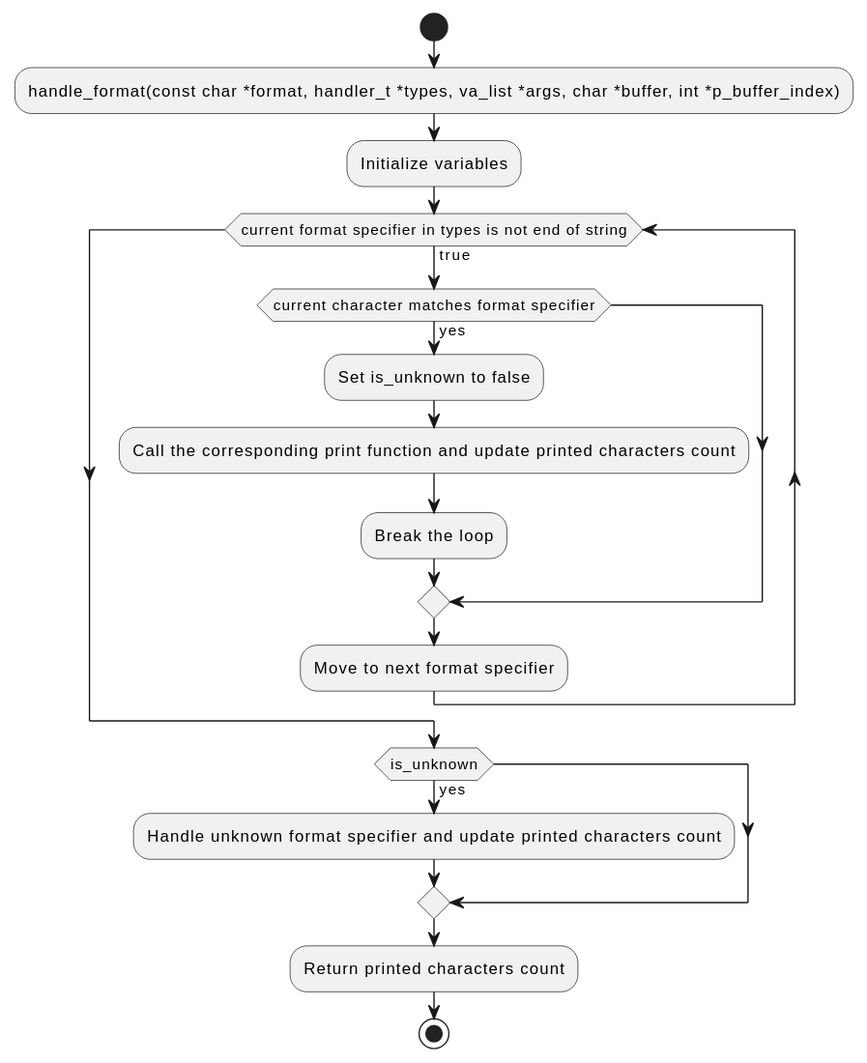
Above: flow-charts/handle_format.svg in andreamarquez/holbertonschool-printf (PlantUML), before the change.
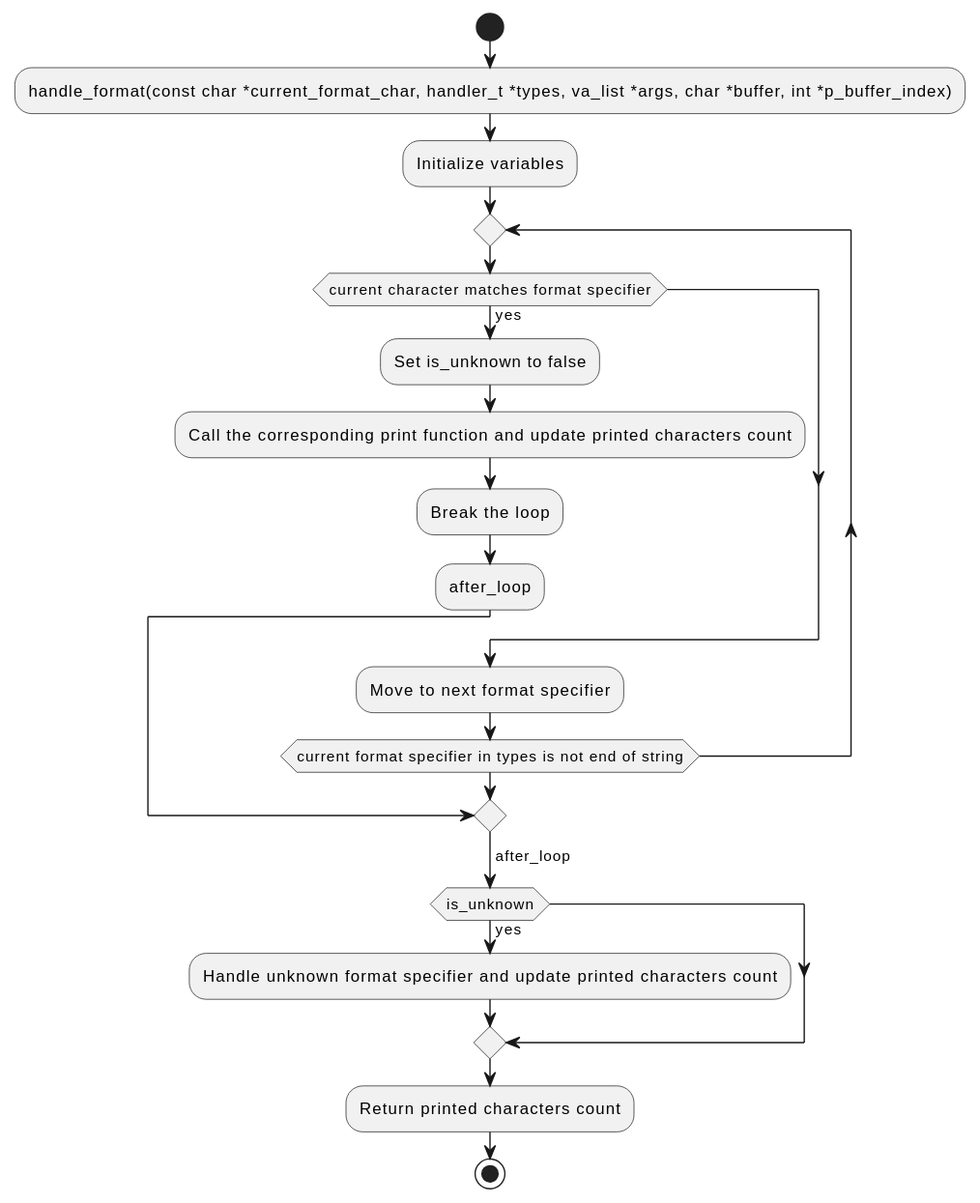
Later version of the same file.

The edit, as a diff of the source:
```diff
@@ -1,19 +1,24 @@
 @startuml
 start
 
-:handle_format(const char *format, handler_t *types, va_list *args, char *buffer, int *p_buffer_index);
+:handle_format(const char *current_format_char, handler_t *types, va_list *args, char *buffer, int *p_buffer_index);
 :Initialize variables;
-while (current format specifier in types is not end of string) is (true)
+repeat
     if (current character matches format specifier) then (yes)
         :Set is_unknown to false;
         :Call the corresponding print function and update printed characters count;
         :Break the loop;
+        :after_loop;
+        break;
     endif
     :Move to next format specifier;
-endwhile
+repeat while (current format specifier in types is not end of string)
+
+->after_loop;
 if (is_unknown) then (yes)
     :Handle unknown format specifier and update printed characters count;
 endif
+
 :Return printed characters count;
 stop
 @enduml
```
